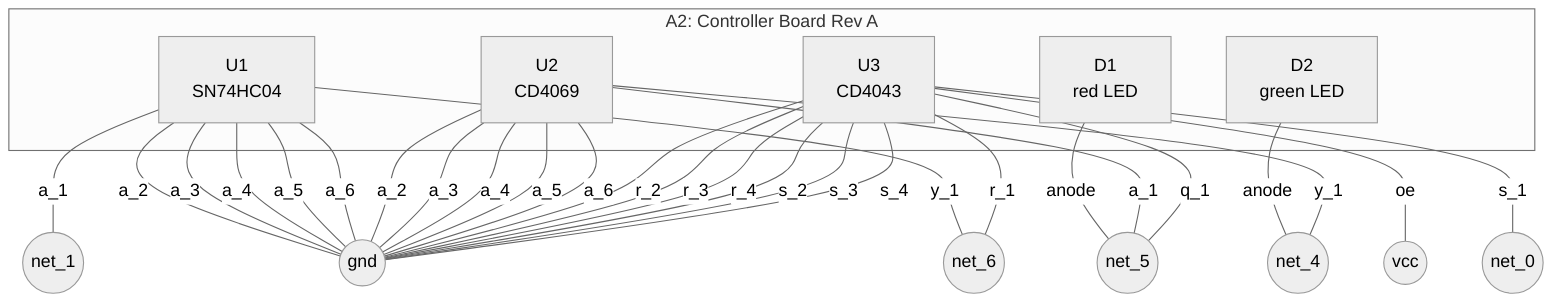
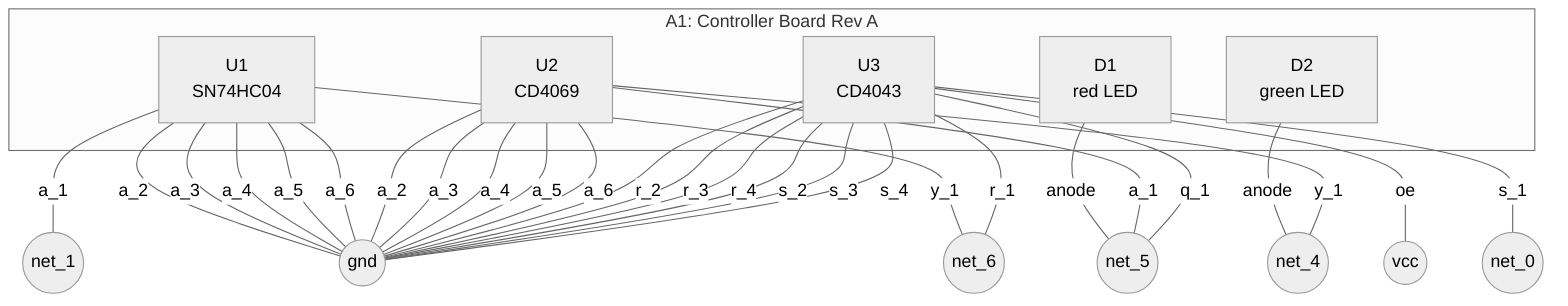
%%{init: {"theme": "neutral"}}%%
flowchart TD
-     subgraph A2["A2: Controller Board Rev A"]
+     subgraph A1["A1: Controller Board Rev A"]
        U1["U1<br/>SN74HC04"]
        U2["U2<br/>CD4069"]
        U3["U3<br/>CD4043"]
        D1["D1<br/>red LED"]
        D2["D2<br/>green LED"]
    end
    net_5(("net_5"))
    net_4(("net_4"))
    net_1(("net_1"))
    gnd(("gnd"))
    net_6(("net_6"))
    vcc(("vcc"))
    net_0(("net_0"))
    D1 ---|"anode"| net_5
    D2 ---|"anode"| net_4
    U1 ---|"a_1"| net_1
    U1 ---|"a_2"| gnd
    U1 ---|"a_3"| gnd
    U1 ---|"a_4"| gnd
    U1 ---|"a_5"| gnd
    U1 ---|"a_6"| gnd
    U1 ---|"y_1"| net_6
    U2 ---|"a_1"| net_5
    U2 ---|"a_2"| gnd
    U2 ---|"a_3"| gnd
    U2 ---|"a_4"| gnd
    U2 ---|"a_5"| gnd
    U2 ---|"a_6"| gnd
    U2 ---|"y_1"| net_4
    U3 ---|"oe"| vcc
    U3 ---|"q_1"| net_5
    U3 ---|"r_1"| net_6
    U3 ---|"r_2"| gnd
    U3 ---|"r_3"| gnd
    U3 ---|"r_4"| gnd
    U3 ---|"s_1"| net_0
    U3 ---|"s_2"| gnd
    U3 ---|"s_3"| gnd
    U3 ---|"s_4"| gnd
